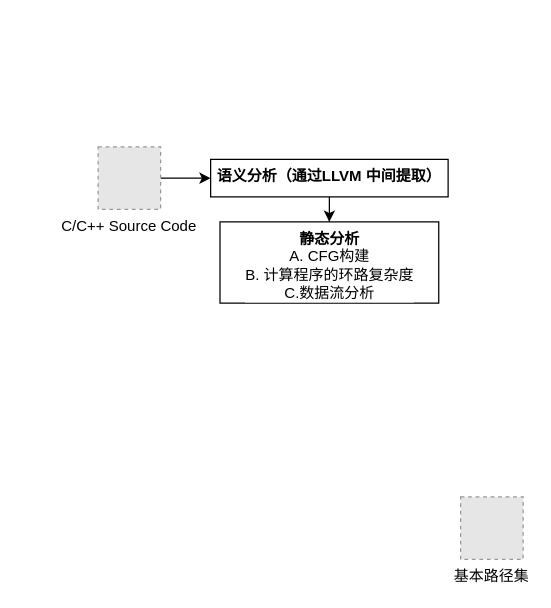
Earlier version of the draw.io diagram 流程图314.drawio (William-Practice/William-Practice). Source tidied: cells renumbered, new cells numbered last; positions are measured from the earlier drawing's top-left corner, leaving out a move shared by most shapes. Both pictures are drawn from the tidied source at 125%, with x=0, y=0 at pixel (98, 146). Pictures stored in the file or linked from it are replaced by grey dashed boxes.
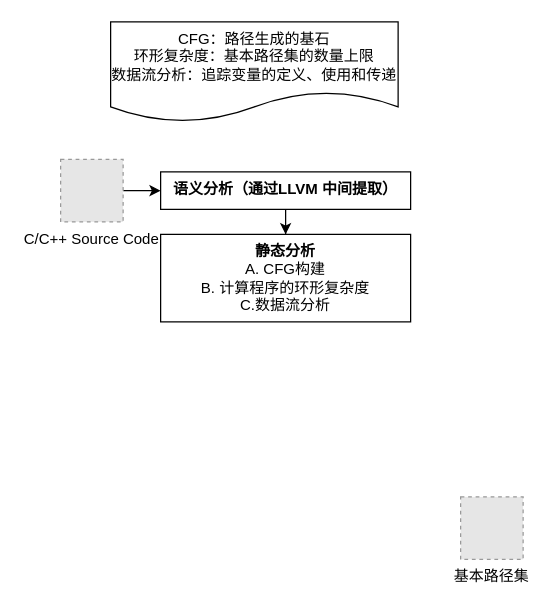
After the change.

Commit message:
更新流程图314.drawio

Diff of the diagram source:
```diff
@@
 <mxGraphModel>
   <root>
     <mxCell id="0" />
     <mxCell id="1" parent="0" />
     <mxCell id="2" style="edgeStyle=orthogonalEdgeStyle;rounded=0;jettySize=auto;html=1;" parent="1" edge="1" source="3" target="5">
       <mxGeometry relative="1" as="geometry" />
     </mxCell>
     <mxCell id="3" value="C/C++ Source Code" style="fillColor=#E6E6E6;strokeColor=#999999;dashed=1;verticalLabelPosition=bottom;labelBackgroundColor=default;verticalAlign=top;" parent="1" vertex="1">
-      <mxGeometry width="50" height="50" as="geometry" />
+      <mxGeometry x="-30" y="10" width="50" height="50" as="geometry" />
     </mxCell>
     <mxCell id="4" style="edgeStyle=orthogonalEdgeStyle;rounded=0;jettySize=auto;html=1;" parent="1" edge="1" source="5" target="6">
       <mxGeometry relative="1" as="geometry" />
     </mxCell>
     <mxCell id="5" value="&lt;b&gt;语义分析（通过LLVM&amp;nbsp;中间提取）&lt;/b&gt;" style="whiteSpace=wrap;html=1;verticalAlign=top;labelBackgroundColor=default;" parent="1" vertex="1">
-      <mxGeometry x="90" y="10" width="190" height="30" as="geometry" />
+      <mxGeometry x="50" y="20" width="200" height="30" as="geometry" />
     </mxCell>
-    <mxCell id="6" value="&lt;b&gt;静态分析&lt;/b&gt;&lt;br&gt;A. CFG构建&lt;br&gt;B.&amp;nbsp;计算程序的&lt;span style=&quot;&quot;&gt;环路复杂度&lt;br&gt;C.数据流分析&lt;/span&gt;" style="whiteSpace=wrap;html=1;verticalAlign=top;labelBackgroundColor=default;" parent="1" vertex="1">
-      <mxGeometry x="97.5" y="60" width="175" height="65" as="geometry" />
+    <mxCell id="6" value="&lt;b&gt;静态分析&lt;/b&gt;&lt;br&gt;A. CFG构建&lt;br&gt;B.&amp;nbsp;计算程序的环形&lt;span style=&quot;&quot;&gt;复杂度&lt;br&gt;C.数据流分析&lt;/span&gt;" style="whiteSpace=wrap;html=1;verticalAlign=top;labelBackgroundColor=default;" parent="1" vertex="1">
+      <mxGeometry x="50" y="70" width="200" height="70" as="geometry" />
     </mxCell>
     <mxCell id="7" value="基本路径集" style="fillColor=#E6E6E6;strokeColor=#999999;dashed=1;verticalLabelPosition=bottom;labelBackgroundColor=default;verticalAlign=top;" parent="1" vertex="1">
       <mxGeometry x="290" y="280" width="50" height="50" as="geometry" />
     </mxCell>
+    <mxCell id="8" value="CFG：路径生成的基石&lt;div&gt;环形复杂度：基本路径集的数量上限&lt;br&gt;数据流分析：追踪变量的定义、使用和传递&lt;/div&gt;" style="shape=document;whiteSpace=wrap;html=1;boundedLbl=1;" parent="1" vertex="1">
+      <mxGeometry x="10" y="-100" width="230" height="80" as="geometry" />
+    </mxCell>
   </root>
 </mxGraphModel>
```
